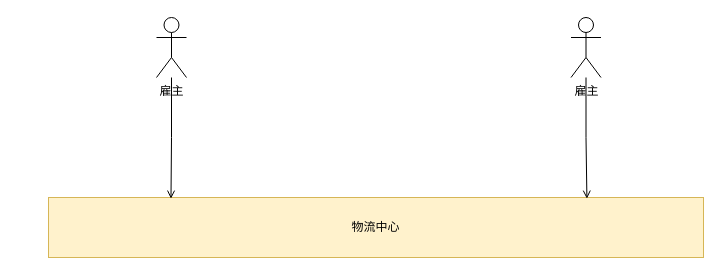
Before: page "Page-4" (4 of 4) of 物流.drawio in lokiworks/drawio, a draw.io diagram. Source tidied: cells renumbered, new cells numbered last; positions are measured from the earlier drawing's top-left corner, leaving out a move shared by most shapes. Both pictures are drawn from the tidied source at 100%, with x=0, y=0 at pixel (48, 17).
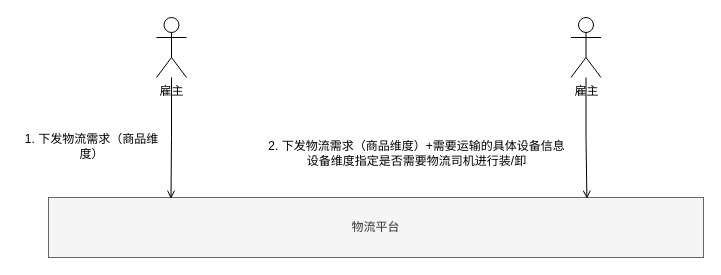
After the change.

What changed in the source:
```diff
@@
 <mxGraphModel>
   <root>
     <mxCell id="0" />
     <mxCell id="1" parent="0" />
-    <mxCell id="2" value="物流中心" style="rounded=0;whiteSpace=wrap;html=1;fillColor=#fff2cc;strokeColor=#d6b656;" parent="1" vertex="1">
+    <mxCell id="2" value="物流平台" style="rounded=0;whiteSpace=wrap;html=1;fillColor=#f5f5f5;strokeColor=#666666;fontColor=#333333;" parent="1" vertex="1">
       <mxGeometry y="180" width="655" height="60" as="geometry" />
     </mxCell>
     <mxCell id="3" style="edgeStyle=orthogonalEdgeStyle;rounded=0;jettySize=auto;html=1;entryX=0.187;entryY=0.02;entryDx=0;entryDy=0;entryPerimeter=0;endArrow=open;endFill=0;" parent="1" edge="1" source="4" target="2">
       <mxGeometry relative="1" as="geometry" />
     </mxCell>
     <mxCell id="4" value="雇主" style="shape=umlActor;verticalLabelPosition=bottom;verticalAlign=top;html=1;outlineConnect=0;" parent="1" vertex="1">
       <mxGeometry x="108" width="30" height="60" as="geometry" />
     </mxCell>
     <mxCell id="5" style="edgeStyle=orthogonalEdgeStyle;rounded=0;jettySize=auto;html=1;entryX=0.822;entryY=0.02;entryDx=0;entryDy=0;entryPerimeter=0;endArrow=open;endFill=0;" parent="1" edge="1" source="6" target="2">
       <mxGeometry relative="1" as="geometry" />
     </mxCell>
     <mxCell id="6" value="雇主" style="shape=umlActor;verticalLabelPosition=bottom;verticalAlign=top;html=1;outlineConnect=0;" parent="1" vertex="1">
       <mxGeometry x="522.5" width="30" height="60" as="geometry" />
     </mxCell>
+    <mxCell id="7" value="1. 下发物流需求（商品维度）" style="text;html=1;strokeColor=none;fillColor=none;align=center;verticalAlign=middle;whiteSpace=wrap;rounded=0;" parent="1" vertex="1">
+      <mxGeometry x="-31" y="114" width="149" height="30" as="geometry" />
+    </mxCell>
+    <mxCell id="8" value="2. 下发物流需求（商品维度）+需要运输的具体设备信息&lt;br&gt;设备维度指定是否需要物流司机进行装/卸" style="text;html=1;strokeColor=none;fillColor=none;align=center;verticalAlign=middle;whiteSpace=wrap;rounded=0;" parent="1" vertex="1">
+      <mxGeometry x="202" y="121" width="333" height="30" as="geometry" />
+    </mxCell>
   </root>
 </mxGraphModel>
```
